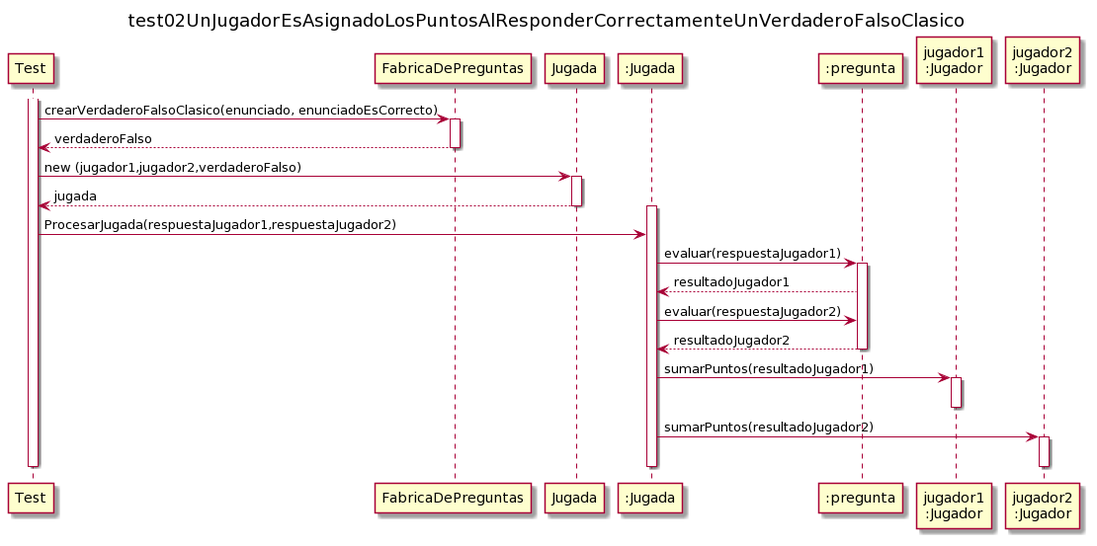
brunograssano/Algoritmos_3_TP2_PM2 keeps this PlantUML diagram as docs/diagramas/DiagramaDeSecuenciaTest02.png. Above is the earlier version.
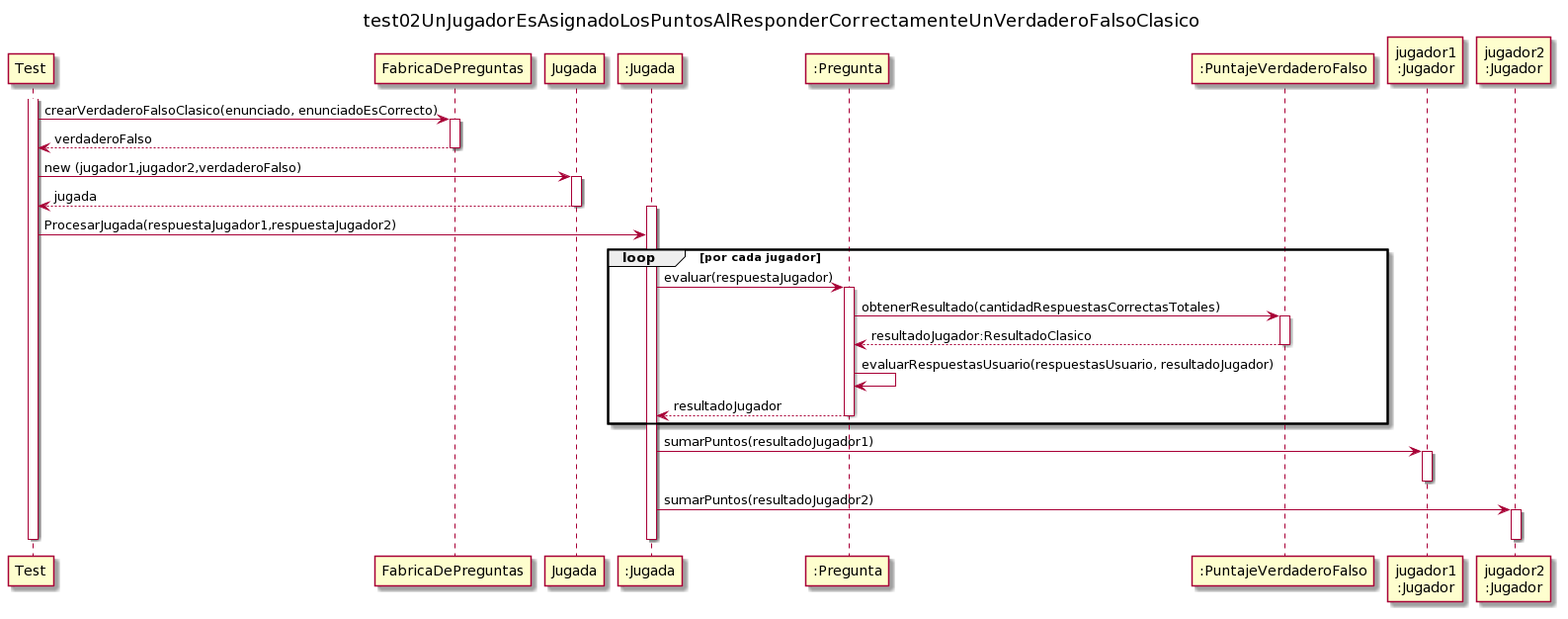
After the commit.

Commit message:
Agrego cambios en base al refactor de resultado

Change to the diagram source:
```diff
@@ -2,11 +2,13 @@
 
 
 title test02UnJugadorEsAsignadoLosPuntosAlResponderCorrectamenteUnVerdaderoFalsoClasico
+
 participant Test
 participant FabricaDePreguntas
 participant Jugada
 participant ":Jugada" as jugada
-participant ":pregunta" as pregunta
+participant ":Pregunta" as pregunta
+participant ":PuntajeVerdaderoFalso" as puntaje
 participant "jugador1\n:Jugador" as j1
 participant "jugador2\n:Jugador" as j2
 
@@ -23,12 +25,18 @@
 
 activate jugada
 Test ->jugada: ProcesarJugada(respuestaJugador1,respuestaJugador2)
-jugada->pregunta: evaluar(respuestaJugador1)
-activate pregunta
-pregunta --> jugada: resultadoJugador1
-jugada->pregunta: evaluar(respuestaJugador2)
-pregunta --> jugada: resultadoJugador2
-deactivate pregunta
+
+loop por cada jugador
+    jugada->pregunta: evaluar(respuestaJugador)
+    activate pregunta
+    pregunta -> puntaje: obtenerResultado(cantidadRespuestasCorrectasTotales)
+    activate puntaje
+    puntaje --> pregunta: resultadoJugador:ResultadoClasico
+    deactivate puntaje
+    pregunta->pregunta:evaluarRespuestasUsuario(respuestasUsuario, resultadoJugador)
+    pregunta-->jugada:resultadoJugador
+    deactivate pregunta
+end
 
 jugada ->j1:sumarPuntos(resultadoJugador1)
 activate j1
```
